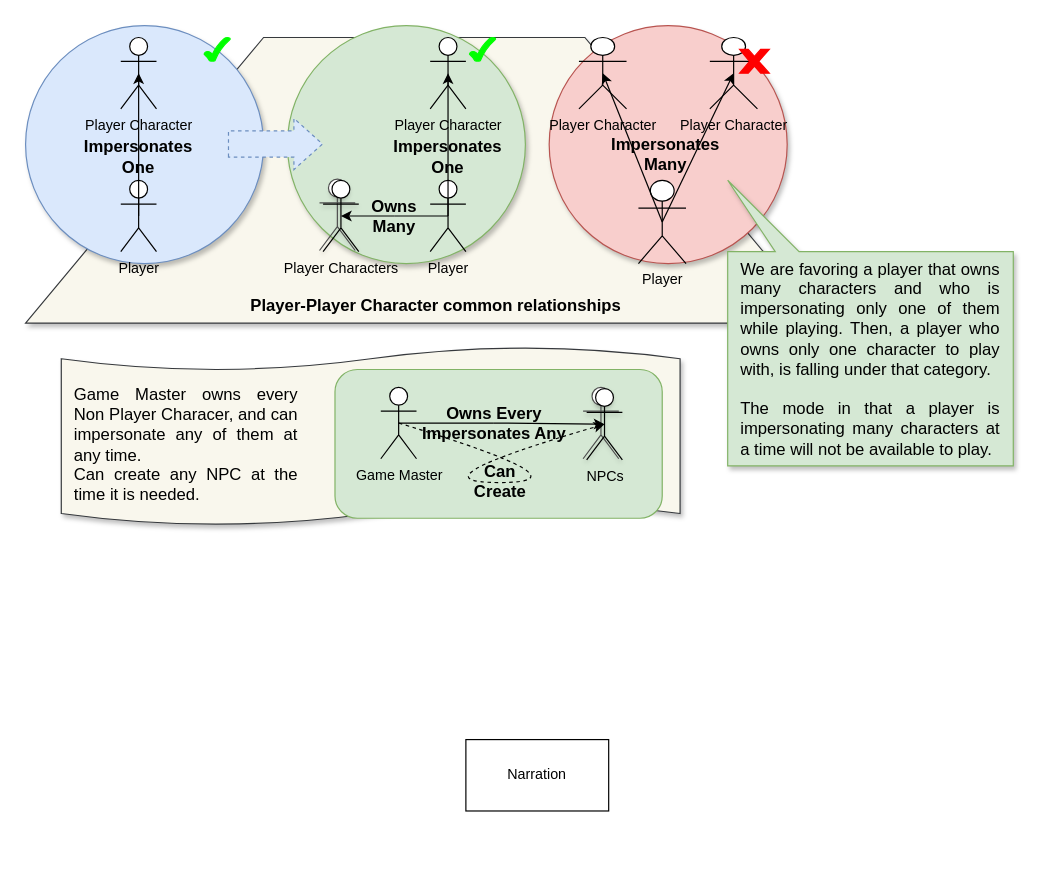
Before: diagrams/Design.drawio in ManOguaR/Ontology, a draw.io diagram. Source tidied: cells renumbered, new cells numbered last; positions are measured from the earlier drawing's top-left corner, leaving out a move shared by most shapes. Both pictures are drawn from the tidied source at 119%, with x=0, y=0 at pixel (25, 25).
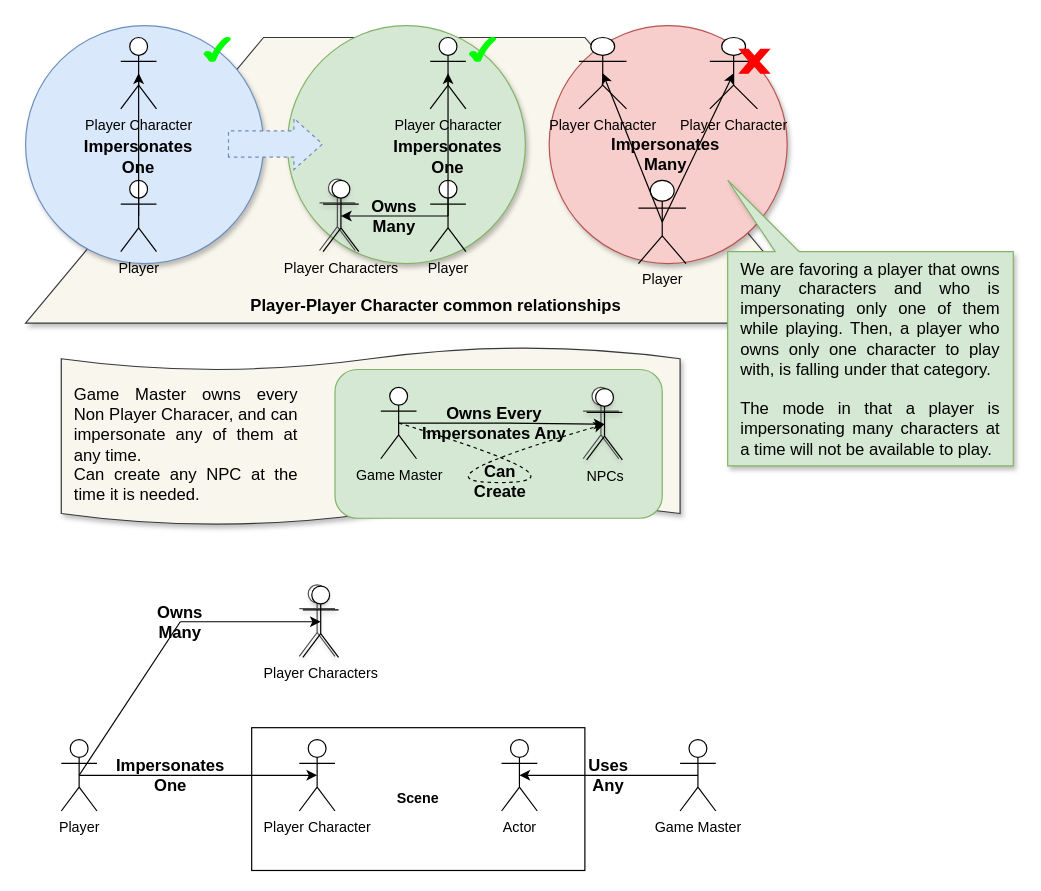
The same page after the edit.

The edit, as a diff of the source:
```diff
@@
-    <mxCell id="2" value="Narration" style="rounded=0;whiteSpace=wrap;html=1;" parent="1" vertex="1">
-      <mxGeometry x="370" y="600" width="120" height="60" as="geometry" />
+    <mxCell id="2" value="&lt;b&gt;Scene&lt;/b&gt;" style="rounded=0;whiteSpace=wrap;html=1;" parent="1" vertex="1">
+      <mxGeometry x="190" y="590" width="280" height="120" as="geometry" />
     </mxCell>
@@
+    <mxCell id="50" style="shape=umlActor;verticalLabelPosition=bottom;verticalAlign=top;html=1;strokeColor=#4D4D4D;shadow=1;" parent="1" vertex="1">
+      <mxGeometry x="230" y="470" width="30" height="60" as="geometry" />
+    </mxCell>
+    <mxCell id="51" value="Player" style="shape=umlActor;verticalLabelPosition=bottom;verticalAlign=top;html=1;outlineConnect=0;" parent="1" vertex="1">
+      <mxGeometry x="30" y="600" width="30" height="60" as="geometry" />
+    </mxCell>
+    <mxCell id="52" value="Player Characters" style="shape=umlActor;verticalLabelPosition=bottom;verticalAlign=top;html=1;outlineConnect=0;" parent="1" vertex="1">
+      <mxGeometry x="233" y="471" width="30" height="60" as="geometry" />
+    </mxCell>
+    <mxCell id="53" value="Player Character" style="shape=umlActor;verticalLabelPosition=bottom;verticalAlign=top;html=1;outlineConnect=0;" parent="1" vertex="1">
+      <mxGeometry x="230" y="600" width="30" height="60" as="geometry" />
+    </mxCell>
+    <mxCell id="54" style="endArrow=classic;html=1;rounded=0;fontSize=14;exitX=0.5;exitY=0.5;exitDx=0;exitDy=0;exitPerimeter=0;entryX=0.5;entryY=0.5;entryDx=0;entryDy=0;entryPerimeter=0;startArrow=none;" parent="1" edge="1" source="58" target="53">
+      <mxGeometry relative="1" as="geometry" />
+    </mxCell>
+    <mxCell id="55" style="endArrow=classic;html=1;rounded=0;fontSize=14;exitX=0.5;exitY=0.5;exitDx=0;exitDy=0;exitPerimeter=0;entryX=0.5;entryY=0.5;entryDx=0;entryDy=0;entryPerimeter=0;startArrow=none;" parent="1" edge="1" source="56" target="52">
+      <mxGeometry relative="1" as="geometry" />
+    </mxCell>
+    <mxCell id="56" value="&lt;b&gt;Owns&lt;br&gt;Many&lt;br&gt;&lt;/b&gt;" style="text;html=1;strokeColor=none;fillColor=none;align=center;verticalAlign=middle;whiteSpace=wrap;rounded=0;fontSize=14;" parent="1" vertex="1">
+      <mxGeometry x="100" y="486" width="60" height="30" as="geometry" />
+    </mxCell>
+    <mxCell id="57" style="endArrow=none;html=1;rounded=0;fontSize=14;exitX=0.5;exitY=0.5;exitDx=0;exitDy=0;exitPerimeter=0;entryX=0.5;entryY=0.5;entryDx=0;entryDy=0;entryPerimeter=0;" parent="1" edge="1" source="51" target="56">
+      <mxGeometry relative="1" as="geometry" />
+    </mxCell>
@@
+    <mxCell id="58" value="&lt;b&gt;Impersonates&lt;br&gt;One&lt;br&gt;&lt;/b&gt;" style="text;html=1;strokeColor=none;fillColor=none;align=center;verticalAlign=middle;whiteSpace=wrap;rounded=0;fontSize=14;" parent="1" vertex="1">
+      <mxGeometry x="72" y="615" width="100" height="30" as="geometry" />
+    </mxCell>
+    <mxCell id="59" style="endArrow=none;html=1;rounded=0;fontSize=14;exitX=0.5;exitY=0.5;exitDx=0;exitDy=0;exitPerimeter=0;entryX=0.5;entryY=0.5;entryDx=0;entryDy=0;entryPerimeter=0;" parent="1" edge="1" source="51" target="58">
+      <mxGeometry relative="1" as="geometry" />
+    </mxCell>
+    <mxCell id="60" value="Actor" style="shape=umlActor;verticalLabelPosition=bottom;verticalAlign=top;html=1;outlineConnect=0;" parent="1" vertex="1">
+      <mxGeometry x="400" y="600" width="30" height="60" as="geometry" />
+    </mxCell>
+    <mxCell id="61" value="Game Master" style="shape=umlActor;verticalLabelPosition=bottom;verticalAlign=top;html=1;outlineConnect=0;" parent="1" vertex="1">
+      <mxGeometry x="550" y="600" width="30" height="60" as="geometry" />
+    </mxCell>
+    <mxCell id="62" style="endArrow=classic;html=1;rounded=0;exitX=0.5;exitY=0.5;exitDx=0;exitDy=0;exitPerimeter=0;entryX=0.5;entryY=0.5;entryDx=0;entryDy=0;entryPerimeter=0;" parent="1" edge="1" source="61" target="60">
+      <mxGeometry relative="1" as="geometry" />
+    </mxCell>
+    <mxCell id="63" value="&lt;b&gt;Uses&lt;br&gt;Any&lt;br&gt;&lt;/b&gt;" style="text;html=1;strokeColor=none;fillColor=none;align=center;verticalAlign=middle;whiteSpace=wrap;rounded=0;fontSize=14;" parent="1" vertex="1">
+      <mxGeometry x="440" y="615" width="100" height="30" as="geometry" />
+    </mxCell>
```
